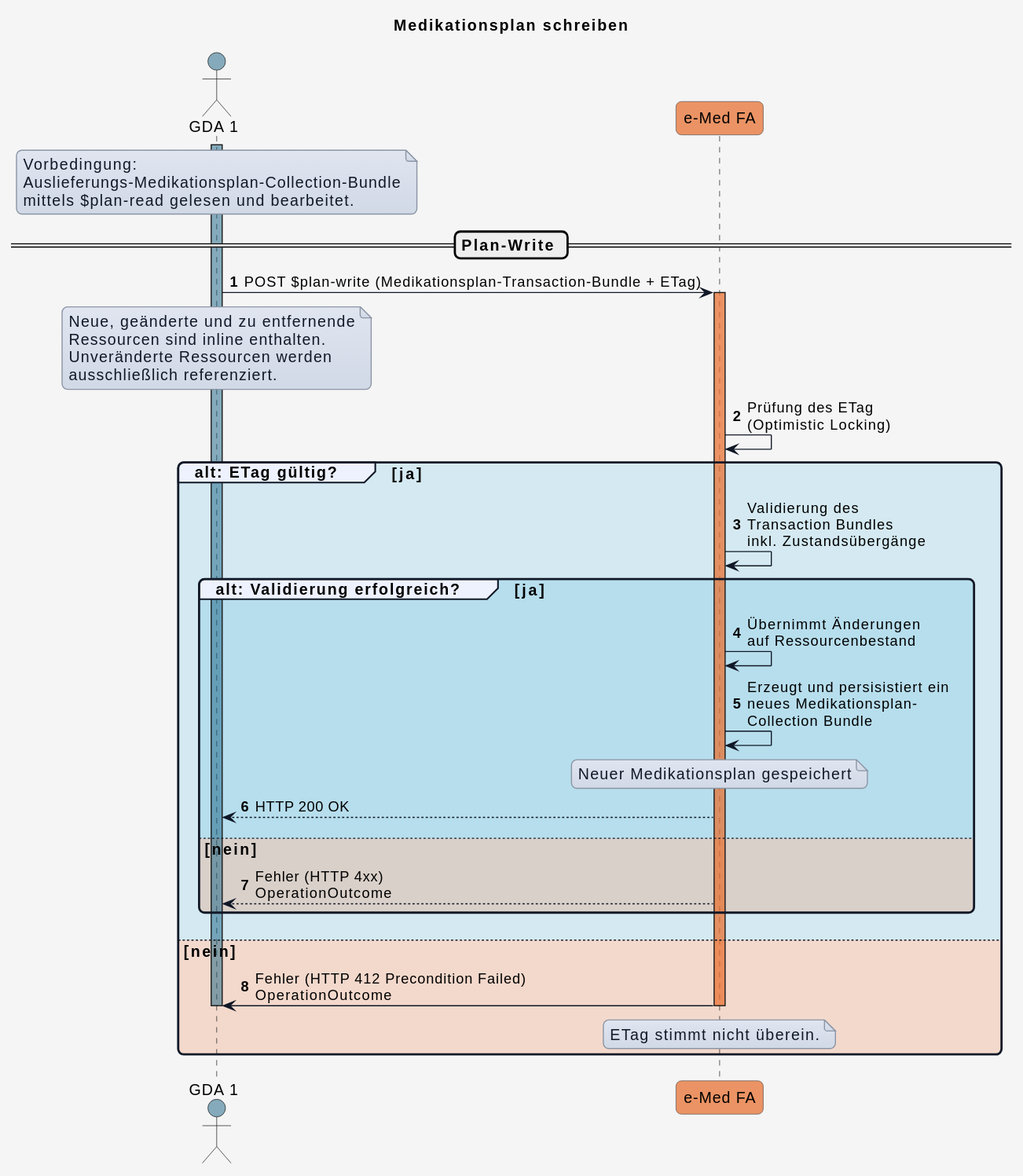
Earlier version of the PlantUML export r4-ELGA-e-Medikation-main/plantuml/UC_eMed_06_01.svg (HL7Austria/hl7austria.github.io). The source it was exported from:
```plantuml
@startuml
title Medikationsplan schreiben


skinparam borderColor #000000
skinparam backgroundColor #f5f5f5
skinparam shadowing false
skinparam roundCorner 10
skinparam defaultFontName "Arial"
skinparam defaultFontSize 14
skinparam defaultFontColor #000000
skinparam HyperlinkColor #0000EE
skinparam HyperlinkUnderline false
skinparam BoxPadding 20
skinparam BoxBorderColor #555555

skinparam note {
  BackgroundColor #e0e5f0-#d1d9e6
  BorderColor #8b95a5
  BorderThickness 1
  RoundCorner 0
  Padding 6
  FontColor #111827
  Shadowing false
}

skinparam sequence {
  ParticipantBorderColor #555555
  ParticipantBackgroundColor #ffffff
  ParticipantFontColor #000000
  ParticipantFontSize 14
  ParticipantPadding 20
  ArrowColor #111827
  ArrowThickness 1
  ArrowFontColor #000000
  ArrowFontSize 13
  GroupBorderColor #111827
  GroupBackgroundColor #eef2ff
  GroupBorderThickness 2
}

!define COLOR_GDA_1    #15608280
!define COLOR_GDA_2    #96607D80
!define COLOR_PATIENT  #196B2480
!define COLOR_APO      #0F9ED590
!define COLOR_EMED_FA  #e97232bd
!define COLOR_E_REZEPT #cd3732a9

!define COLOR_OK       #0F9ED525
!define COLOR_ERROR    #E9713235

actor GDA_1 as "GDA 1" COLOR_GDA_1
participant eMed_FA as "e-Med FA" COLOR_EMED_FA


autonumber

activate GDA_1 COLOR_GDA_1

note over GDA_1
Vorbedingung:
Auslieferungs-Medikationsplan-Collection-Bundle
mittels $plan-read gelesen und bearbeitet.
end note

== Plan-Write ==

GDA_1 -> eMed_FA: POST $plan-write (Medikationsplan-Transaction-Bundle + ETag)

activate eMed_FA COLOR_EMED_FA
note over GDA_1
Neue, geänderte und zu entfernende
Ressourcen sind inline enthalten.
Unveränderte Ressourcen werden
ausschließlich referenziert.
end note

eMed_FA -> eMed_FA: Prüfung des ETag\n(Optimistic Locking)

group COLOR_OK alt: ETag gültig? [ja]

  eMed_FA -> eMed_FA: Validierung des\nTransaction Bundles\ninkl. Zustandsübergänge

  group COLOR_OK alt: Validierung erfolgreich? [ja]

    eMed_FA -> eMed_FA: Übernimmt Änderungen\nauf Ressourcenbestand
    eMed_FA -> eMed_FA: Erzeugt und persisistiert ein\nneues Medikationsplan-\nCollection Bundle

    note over eMed_FA
    Neuer Medikationsplan gespeichert
    end note

    eMed_FA --> GDA_1: HTTP 200 OK

  else COLOR_ERROR nein

   eMed_FA --> GDA_1: Fehler (HTTP 4xx)\nOperationOutcome

   end

else COLOR_ERROR nein

  eMed_FA -> GDA_1: Fehler (HTTP 412 Precondition Failed)\nOperationOutcome

    note over eMed_FA
    ETag stimmt nicht überein.
    end note

  deactivate GDA_1
  deactivate eMed_FA
end
@enduml
```
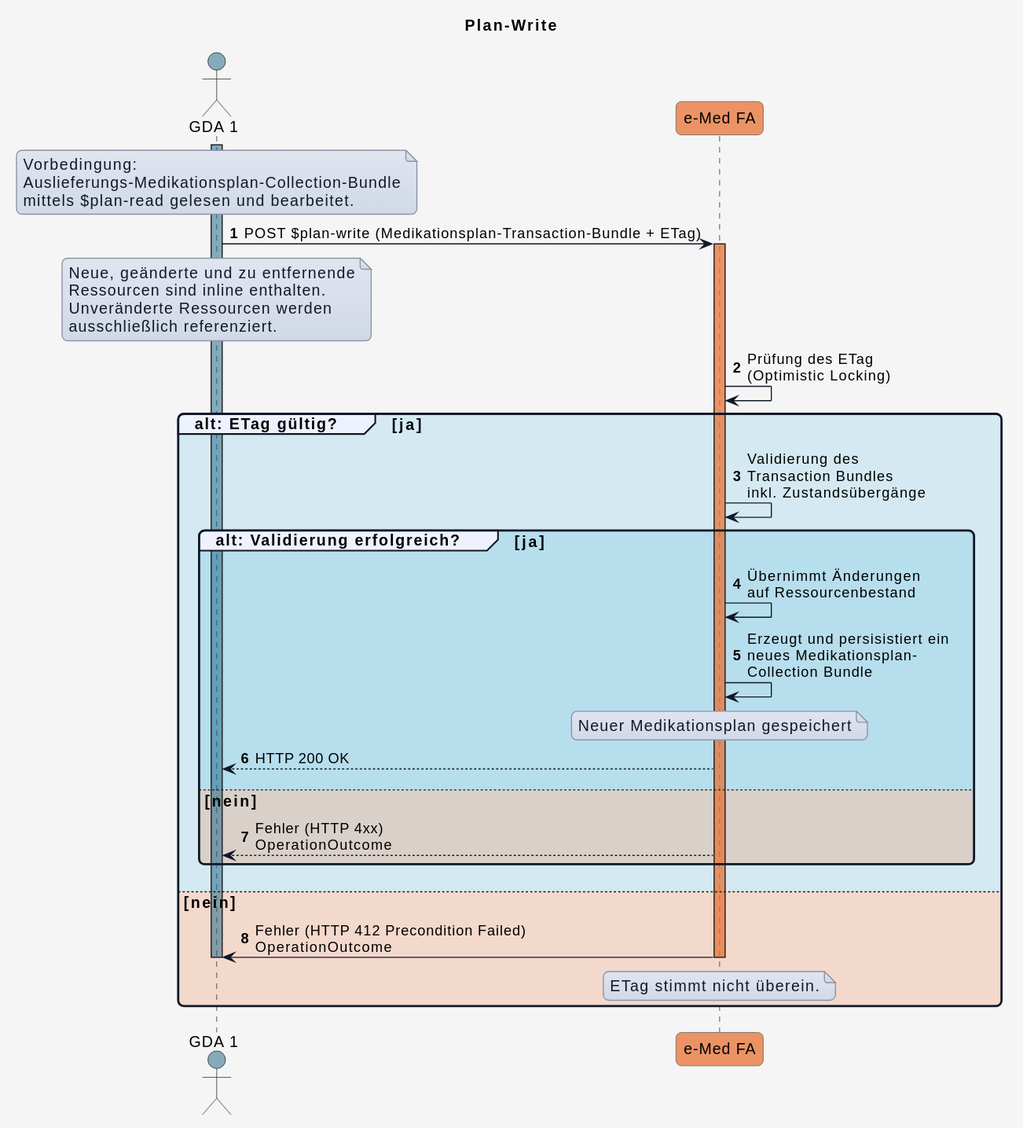
Later version of the same file.

Change to the diagram source:
```diff
@@ -1,5 +1,5 @@
 @startuml
-title Medikationsplan schreiben
+title Plan-Write
 
 
 skinparam borderColor #000000
@@ -63,7 +63,6 @@
 mittels $plan-read gelesen und bearbeitet.
 end note
 
-== Plan-Write ==
 
 GDA_1 -> eMed_FA: POST $plan-write (Medikationsplan-Transaction-Bundle + ETag)
 
```
